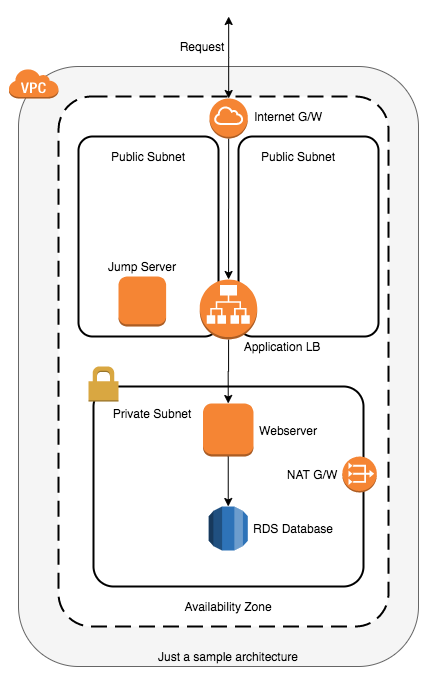
Earlier version of the draw.io export sample-cf.png (rohanpurekar/this-is-cloudformation). Source tidied: cells renumbered, new cells last; positions are measured from the earlier drawing's top-left corner, leaving out a move shared by most shapes.
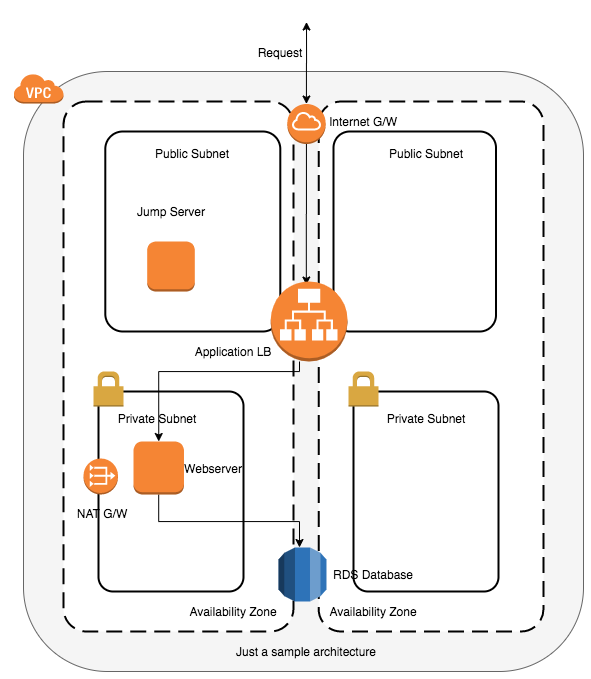
Above is the later version.

Commit message:
Updated the architecture diagram according to the latest templates

Diff of the diagram source:
```diff
@@ -3,93 +3,120 @@
     <mxCell id="0" />
     <mxCell id="1" parent="0" />
     <mxCell id="2" style="rounded=1;whiteSpace=wrap;html=1;fillColor=#f5f5f5;strokeColor=#666666;fontColor=#333333;" parent="1" vertex="1">
-      <mxGeometry x="10" y="50" width="400" height="600" as="geometry" />
+      <mxGeometry x="10" y="50" width="560" height="600" as="geometry" />
     </mxCell>
     <mxCell id="3" style="dashed=0;verticalLabelPosition=bottom;verticalAlign=top;align=center;html=1;shape=mxgraph.aws3.virtual_private_cloud;fillColor=#F58534;gradientColor=none;" parent="1" vertex="1">
       <mxGeometry y="52" width="50" height="30" as="geometry" />
     </mxCell>
     <mxCell id="4" style="rounded=1;arcSize=10;dashed=1;dashPattern=8 4;strokeWidth=2;" parent="1" vertex="1">
-      <mxGeometry x="50" y="80" width="330" height="530" as="geometry" />
+      <mxGeometry x="50" y="80" width="230" height="530" as="geometry" />
     </mxCell>
     <mxCell id="5" value="Availability Zone" style="text;html=1;strokeColor=none;fillColor=none;align=center;verticalAlign=middle;whiteSpace=wrap;rounded=0;" parent="1" vertex="1">
       <mxGeometry x="120" y="580" width="200" height="20" as="geometry" />
     </mxCell>
     <mxCell id="6" style="rounded=1;arcSize=10;dashed=0;fillColor=none;gradientColor=none;strokeWidth=2;" parent="1" vertex="1">
-      <mxGeometry x="70" y="120" width="140" height="200" as="geometry" />
+      <mxGeometry x="91.8" y="110" width="175" height="200" as="geometry" />
     </mxCell>
     <mxCell id="7" style="rounded=1;arcSize=10;dashed=0;fillColor=none;gradientColor=none;strokeWidth=2;" parent="1" vertex="1">
-      <mxGeometry x="85" y="370" width="270" height="200" as="geometry" />
+      <mxGeometry x="85" y="370" width="145" height="200" as="geometry" />
     </mxCell>
     <mxCell id="8" style="dashed=0;html=1;shape=mxgraph.aws3.permissions;fillColor=#D9A741;gradientColor=none;dashed=0;" parent="1" vertex="1">
       <mxGeometry x="80" y="350" width="30" height="35" as="geometry" />
     </mxCell>
-    <mxCell id="9" style="edgeStyle=orthogonalEdgeStyle;rounded=0;jettySize=auto;html=1;" parent="1" edge="1" source="11" target="28">
-      <mxGeometry relative="1" as="geometry" />
+    <mxCell id="9" style="edgeStyle=orthogonalEdgeStyle;rounded=0;jettySize=auto;html=1;" parent="1" edge="1" source="11">
+      <mxGeometry relative="1" as="geometry">
+        <mxPoint x="292.8" y="263.5" as="targetPoint" />
+      </mxGeometry>
     </mxCell>
     <mxCell id="10" style="edgeStyle=orthogonalEdgeStyle;rounded=0;jettySize=auto;html=1;startArrow=classic;startFill=1;" parent="1" edge="1" source="11">
       <mxGeometry relative="1" as="geometry">
-        <mxPoint x="220.2" as="targetPoint" />
+        <mxPoint x="293" y="0.5" as="targetPoint" />
       </mxGeometry>
     </mxCell>
-    <mxCell id="11" style="outlineConnect=0;dashed=0;verticalLabelPosition=bottom;verticalAlign=top;align=center;html=1;shape=mxgraph.aws3.internet_gateway;fillColor=#F58534;gradientColor=none;" parent="1" vertex="1">
-      <mxGeometry x="201" y="82" width="38.3" height="40" as="geometry" />
-    </mxCell>
     <mxCell id="12" style="dashed=0;verticalLabelPosition=bottom;verticalAlign=top;align=center;html=1;shape=mxgraph.aws3.vpc_nat_gateway;fillColor=#F58534;gradientColor=none;" parent="1" vertex="1">
-      <mxGeometry x="333.8" y="440" width="34.5" height="36" as="geometry" />
+      <mxGeometry x="70" y="437" width="34.5" height="36" as="geometry" />
     </mxCell>
     <mxCell id="13" style="edgeStyle=orthogonalEdgeStyle;rounded=0;jettySize=auto;html=1;entryX=0.5;entryY=0;entryDx=0;entryDy=0;entryPerimeter=0;" parent="1" edge="1" source="28" target="16">
-      <mxGeometry relative="1" as="geometry" />
+      <mxGeometry relative="1" as="geometry">
+        <Array as="points">
+          <mxPoint x="286" y="350" />
+          <mxPoint x="145" y="350" />
+        </Array>
+      </mxGeometry>
     </mxCell>
     <mxCell id="14" style="dashed=0;verticalLabelPosition=bottom;verticalAlign=top;align=center;html=1;shape=mxgraph.aws3.instance;fillColor=#F58534;gradientColor=none;" parent="1" vertex="1">
-      <mxGeometry x="110" y="260" width="47.6" height="50" as="geometry" />
+      <mxGeometry x="133.7" y="220" width="47.6" height="50" as="geometry" />
     </mxCell>
     <mxCell id="15" style="edgeStyle=orthogonalEdgeStyle;rounded=0;jettySize=auto;html=1;" parent="1" edge="1" source="16" target="17">
-      <mxGeometry relative="1" as="geometry" />
+      <mxGeometry relative="1" as="geometry">
+        <Array as="points">
+          <mxPoint x="145" y="500" />
+          <mxPoint x="286" y="500" />
+        </Array>
+      </mxGeometry>
     </mxCell>
     <mxCell id="16" style="outlineConnect=0;dashed=0;verticalLabelPosition=bottom;verticalAlign=top;align=center;html=1;shape=mxgraph.aws3.instance;fillColor=#F58534;gradientColor=none;" parent="1" vertex="1">
-      <mxGeometry x="194.5" y="387" width="50.5" height="53" as="geometry" />
+      <mxGeometry x="120" y="420" width="50.5" height="53" as="geometry" />
     </mxCell>
-    <mxCell id="17" style="outlineConnect=0;dashed=0;verticalLabelPosition=bottom;verticalAlign=top;align=center;html=1;shape=mxgraph.aws3.rds;fillColor=#2E73B8;gradientColor=none;" parent="1" vertex="1">
-      <mxGeometry x="200.2" y="490" width="39.1" height="44" as="geometry" />
-    </mxCell>
     <mxCell id="18" value="Public Subnet" style="text;html=1;strokeColor=none;fillColor=none;align=center;verticalAlign=middle;whiteSpace=wrap;rounded=0;" parent="1" vertex="1">
-      <mxGeometry x="80" y="130" width="120" height="20" as="geometry" />
+      <mxGeometry x="119.3" y="122" width="120" height="20" as="geometry" />
     </mxCell>
     <mxCell id="19" value="Private Subnet" style="text;html=1;strokeColor=none;fillColor=none;align=center;verticalAlign=middle;whiteSpace=wrap;rounded=0;" parent="1" vertex="1">
       <mxGeometry x="83.5" y="387" width="120" height="20" as="geometry" />
     </mxCell>
     <mxCell id="20" value="Webserver" style="text;html=1;strokeColor=none;fillColor=none;align=center;verticalAlign=middle;whiteSpace=wrap;rounded=0;" parent="1" vertex="1">
-      <mxGeometry x="240" y="403.5" width="80" height="20" as="geometry" />
+      <mxGeometry x="160" y="436.5" width="80" height="20" as="geometry" />
     </mxCell>
+    <mxCell id="22" value="Jump Server" style="text;html=1;strokeColor=none;fillColor=none;align=center;verticalAlign=middle;whiteSpace=wrap;rounded=0;" parent="1" vertex="1">
+      <mxGeometry x="97.5" y="180" width="120" height="20" as="geometry" />
+    </mxCell>
+    <mxCell id="24" value="NAT G/W" style="text;html=1;strokeColor=none;fillColor=none;align=center;verticalAlign=middle;whiteSpace=wrap;rounded=0;" parent="1" vertex="1">
+      <mxGeometry x="59.3" y="482" width="60" height="20" as="geometry" />
+    </mxCell>
+    <mxCell id="26" value="Just a sample architecture" style="text;html=1;strokeColor=none;fillColor=none;align=center;verticalAlign=middle;whiteSpace=wrap;rounded=0;" parent="1" vertex="1">
+      <mxGeometry x="217.5" y="620" width="150" height="20" as="geometry" />
+    </mxCell>
+    <mxCell id="30" value="Request" style="text;html=1;strokeColor=none;fillColor=none;align=center;verticalAlign=middle;whiteSpace=wrap;rounded=0;" parent="1" vertex="1">
+      <mxGeometry x="220.8" y="20.5" width="92" height="20" as="geometry" />
+    </mxCell>
+    <mxCell id="31" style="rounded=1;arcSize=10;dashed=1;dashPattern=8 4;strokeWidth=2;" parent="1" vertex="1">
+      <mxGeometry x="305.2" y="80" width="224.8" height="530" as="geometry" />
+    </mxCell>
+    <mxCell id="32" style="rounded=1;arcSize=10;dashed=0;fillColor=none;gradientColor=none;strokeWidth=2;" parent="1" vertex="1">
+      <mxGeometry x="340" y="370" width="145" height="200" as="geometry" />
+    </mxCell>
+    <mxCell id="33" style="dashed=0;html=1;shape=mxgraph.aws3.permissions;fillColor=#D9A741;gradientColor=none;dashed=0;" parent="1" vertex="1">
+      <mxGeometry x="335" y="350" width="30" height="35" as="geometry" />
+    </mxCell>
+    <mxCell id="27" style="rounded=1;arcSize=10;dashed=0;fillColor=none;gradientColor=none;strokeWidth=2;" parent="1" vertex="1">
+      <mxGeometry x="320" y="110" width="162.5" height="200" as="geometry" />
+    </mxCell>
+    <mxCell id="11" style="outlineConnect=0;dashed=0;verticalLabelPosition=bottom;verticalAlign=top;align=center;html=1;shape=mxgraph.aws3.internet_gateway;fillColor=#F58534;gradientColor=none;" parent="1" vertex="1">
+      <mxGeometry x="273.8" y="82.5" width="38.3" height="40" as="geometry" />
+    </mxCell>
+    <mxCell id="29" value="Public Subnet" style="text;html=1;strokeColor=none;fillColor=none;align=center;verticalAlign=middle;whiteSpace=wrap;rounded=0;" parent="1" vertex="1">
+      <mxGeometry x="352.5" y="122" width="120" height="20" as="geometry" />
+    </mxCell>
+    <mxCell id="34" value="Availability Zone" style="text;html=1;strokeColor=none;fillColor=none;align=center;verticalAlign=middle;whiteSpace=wrap;rounded=0;" parent="1" vertex="1">
+      <mxGeometry x="260" y="580" width="200" height="20" as="geometry" />
+    </mxCell>
+    <mxCell id="35" value="Private Subnet" style="text;html=1;strokeColor=none;fillColor=none;align=center;verticalAlign=middle;whiteSpace=wrap;rounded=0;" parent="1" vertex="1">
+      <mxGeometry x="352.5" y="387" width="120" height="20" as="geometry" />
+    </mxCell>
+    <mxCell id="28" style="outlineConnect=0;dashed=0;verticalLabelPosition=bottom;verticalAlign=top;align=center;html=1;shape=mxgraph.aws3.application_load_balancer;fillColor=#F58534;gradientColor=none;" parent="1" vertex="1">
+      <mxGeometry x="257.2" y="260" width="76.7" height="80" as="geometry" />
+    </mxCell>
+    <mxCell id="23" value="Application LB" style="text;html=1;strokeColor=none;fillColor=none;align=center;verticalAlign=middle;whiteSpace=wrap;rounded=0;" parent="1" vertex="1">
+      <mxGeometry x="160" y="320" width="120" height="20" as="geometry" />
+    </mxCell>
+    <mxCell id="17" style="outlineConnect=0;dashed=0;verticalLabelPosition=bottom;verticalAlign=top;align=center;html=1;shape=mxgraph.aws3.rds;fillColor=#2E73B8;gradientColor=none;" parent="1" vertex="1">
+      <mxGeometry x="265" y="526" width="48" height="54" as="geometry" />
+    </mxCell>
     <mxCell id="21" value="RDS Database" style="text;html=1;strokeColor=none;fillColor=none;align=center;verticalAlign=middle;whiteSpace=wrap;rounded=0;" parent="1" vertex="1">
-      <mxGeometry x="225" y="502" width="120" height="20" as="geometry" />
+      <mxGeometry x="300" y="543" width="120" height="20" as="geometry" />
     </mxCell>
-    <mxCell id="22" value="Jump Server" style="text;html=1;strokeColor=none;fillColor=none;align=center;verticalAlign=middle;whiteSpace=wrap;rounded=0;" parent="1" vertex="1">
-      <mxGeometry x="73.8" y="240" width="120" height="20" as="geometry" />
-    </mxCell>
-    <mxCell id="23" value="Application LB" style="text;html=1;strokeColor=none;fillColor=none;align=center;verticalAlign=middle;whiteSpace=wrap;rounded=0;" parent="1" vertex="1">
-      <mxGeometry x="213.8" y="320" width="120" height="20" as="geometry" />
-    </mxCell>
-    <mxCell id="24" value="NAT G/W" style="text;html=1;strokeColor=none;fillColor=none;align=center;verticalAlign=middle;whiteSpace=wrap;rounded=0;" parent="1" vertex="1">
-      <mxGeometry x="273.8" y="448" width="60" height="20" as="geometry" />
-    </mxCell>
     <mxCell id="25" value="Internet G/W" style="text;html=1;strokeColor=none;fillColor=none;align=center;verticalAlign=middle;whiteSpace=wrap;rounded=0;" parent="1" vertex="1">
-      <mxGeometry x="240" y="90" width="80" height="20" as="geometry" />
+      <mxGeometry x="310" y="90" width="80" height="20" as="geometry" />
     </mxCell>
-    <mxCell id="26" value="Just a sample architecture" style="text;html=1;strokeColor=none;fillColor=none;align=center;verticalAlign=middle;whiteSpace=wrap;rounded=0;" parent="1" vertex="1">
-      <mxGeometry x="145" y="630" width="150" height="20" as="geometry" />
-    </mxCell>
-    <mxCell id="27" style="rounded=1;arcSize=10;dashed=0;fillColor=none;gradientColor=none;strokeWidth=2;" parent="1" vertex="1">
-      <mxGeometry x="230" y="120" width="140" height="200" as="geometry" />
-    </mxCell>
-    <mxCell id="28" style="outlineConnect=0;dashed=0;verticalLabelPosition=bottom;verticalAlign=top;align=center;html=1;shape=mxgraph.aws3.application_load_balancer;fillColor=#F58534;gradientColor=none;" parent="1" vertex="1">
-      <mxGeometry x="191.2" y="263" width="57.5" height="60" as="geometry" />
-    </mxCell>
-    <mxCell id="29" value="Public Subnet" style="text;html=1;strokeColor=none;fillColor=none;align=center;verticalAlign=middle;whiteSpace=wrap;rounded=0;" parent="1" vertex="1">
-      <mxGeometry x="230" y="130" width="120" height="20" as="geometry" />
-    </mxCell>
-    <mxCell id="30" value="Request" style="text;html=1;strokeColor=none;fillColor=none;align=center;verticalAlign=middle;whiteSpace=wrap;rounded=0;" parent="1" vertex="1">
-      <mxGeometry x="148" y="20" width="92" height="20" as="geometry" />
-    </mxCell>
   </root>
 </mxGraphModel>
```
